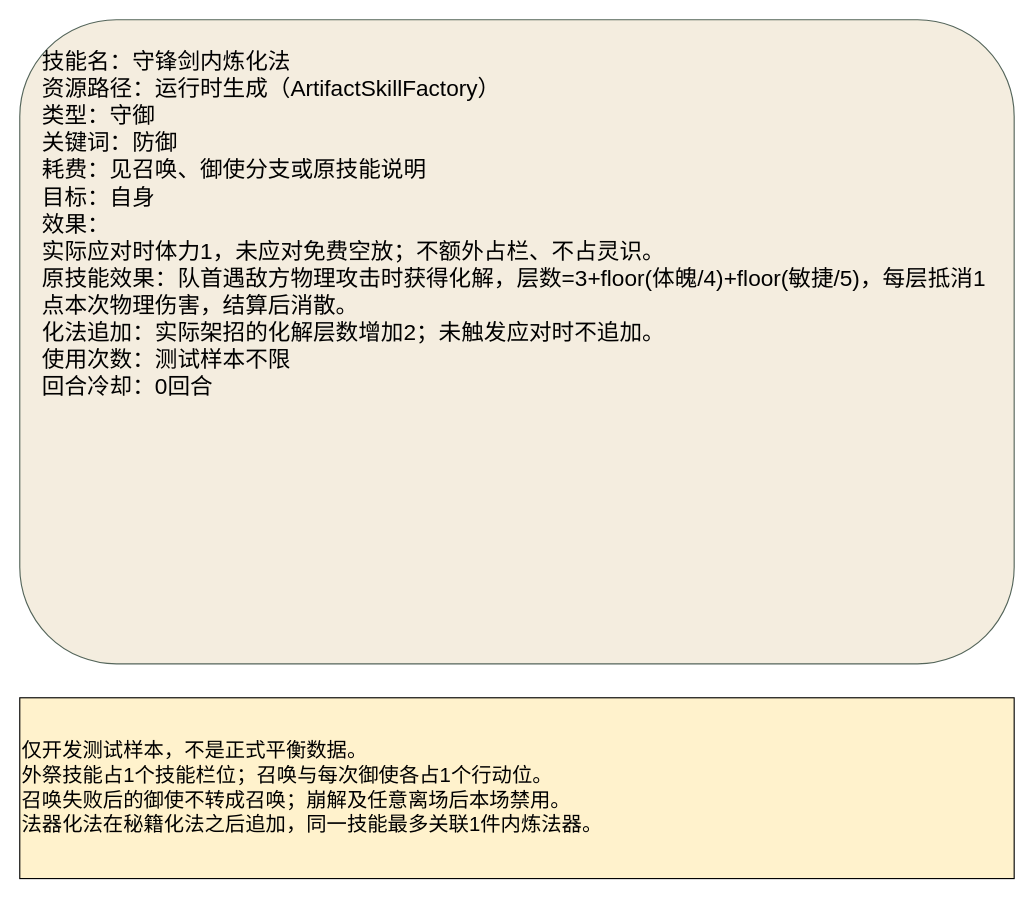
This is docs/卡牌词典/法器测试/守锋内炼化法.drawio from ankundanetracyc-spec/tian-guan-you-du, a draw.io file, before an edit. Source tidied: cells renumbered, new cells numbered last; positions are measured from the earlier drawing's top-left corner, leaving out a move shared by most shapes. Both pictures are drawn from the tidied source at 113%, with x=0, y=0 at pixel (19, 19).
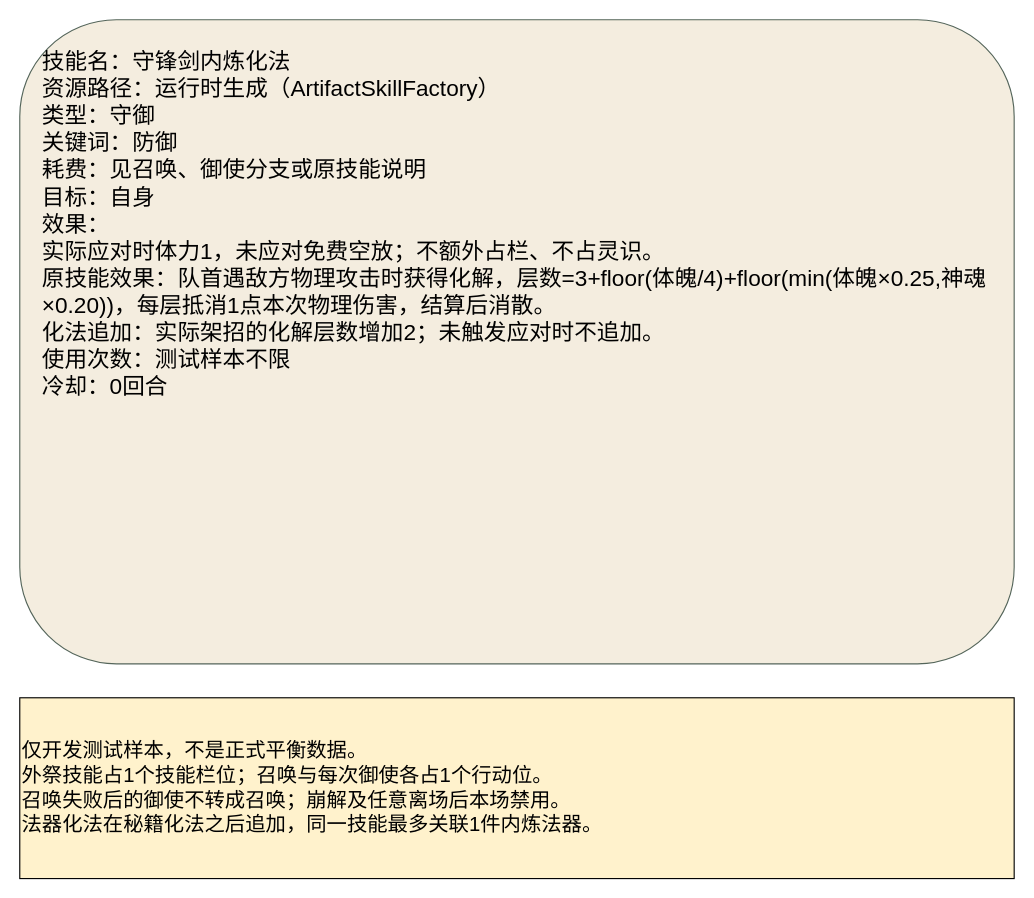
After the change.

Change to the diagram source:
```diff
@@
 <mxGraphModel>
   <root>
     <mxCell id="0" />
     <mxCell id="1" parent="0" />
-    <mxCell id="2" value="技能名：守锋剑内炼化法&#10;资源路径：运行时生成（ArtifactSkillFactory）&#10;类型：守御&#10;关键词：防御&#10;耗费：见召唤、御使分支或原技能说明&#10;目标：自身&#10;效果：&#10;实际应对时体力1，未应对免费空放；不额外占栏、不占灵识。&#10;原技能效果：队首遇敌方物理攻击时获得化解，层数=3+floor(体魄/4)+floor(敏捷/5)，每层抵消1点本次物理伤害，结算后消散。&#10;化法追加：实际架招的化解层数增加2；未触发应对时不追加。&#10;使用次数：测试样本不限&#10;回合冷却：0回合" style="rounded=1;whiteSpace=wrap;html=0;align=left;verticalAlign=top;spacing=20;fontSize=20;fillColor=#f4eddf;strokeColor=#54655a;" parent="1" vertex="1">
+    <mxCell id="2" value="技能名：守锋剑内炼化法&#10;资源路径：运行时生成（ArtifactSkillFactory）&#10;类型：守御&#10;关键词：防御&#10;耗费：见召唤、御使分支或原技能说明&#10;目标：自身&#10;效果：&#10;实际应对时体力1，未应对免费空放；不额外占栏、不占灵识。&#10;原技能效果：队首遇敌方物理攻击时获得化解，层数=3+floor(体魄/4)+floor(min(体魄×0.25,神魂×0.20))，每层抵消1点本次物理伤害，结算后消散。&#10;化法追加：实际架招的化解层数增加2；未触发应对时不追加。&#10;使用次数：测试样本不限&#10;冷却：0回合" style="rounded=1;whiteSpace=wrap;html=0;align=left;verticalAlign=top;spacing=20;fontSize=20;fillColor=#f4eddf;strokeColor=#54655a;" parent="1" vertex="1">
       <mxGeometry width="880" height="570" as="geometry" />
     </mxCell>
     <mxCell id="3" value="仅开发测试样本，不是正式平衡数据。&#10;外祭技能占1个技能栏位；召唤与每次御使各占1个行动位。&#10;召唤失败后的御使不转成召唤；崩解及任意离场后本场禁用。&#10;法器化法在秘籍化法之后追加，同一技能最多关联1件内炼法器。" style="whiteSpace=wrap;html=0;align=left;fontSize=18;fillColor=#fff2cc;" parent="1" vertex="1">
       <mxGeometry y="600" width="880" height="160" as="geometry" />
     </mxCell>
   </root>
 </mxGraphModel>
```
